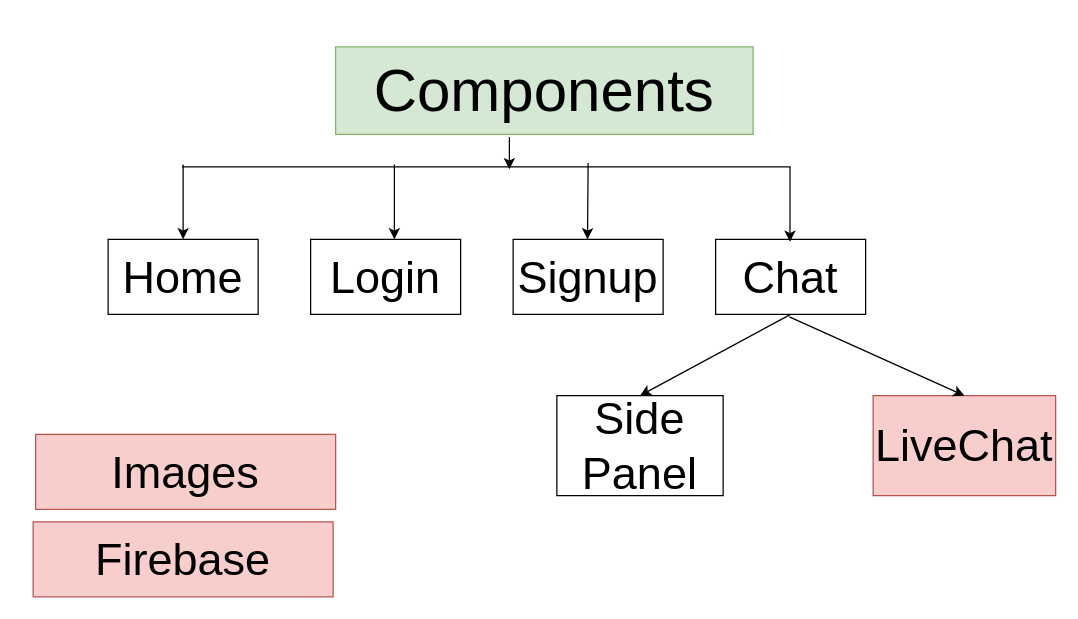
The draw.io diagram page "Page-4" (4 of 4) of Some Important Files/Untitled Diagram.drawio in TechCodingCamp/Muhammad-Haris, before the edit. Source tidied: cells renumbered, new cells numbered last; positions are measured from the earlier drawing's top-left corner, leaving out a move shared by most shapes. Both pictures are drawn from the tidied source at 125%, with x=0, y=0 at pixel (32, 46).
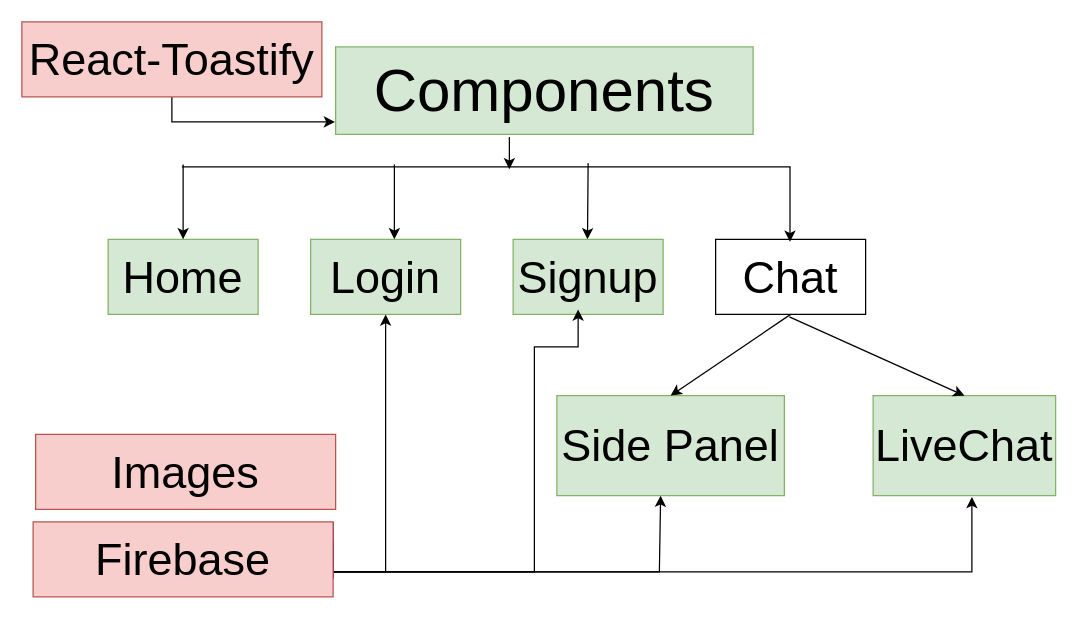
The same page after the edit.

Unchanged cells that the change refers to:
```xml
<mxCell id="18" value="&lt;span style=&quot;font-size: 36px&quot;&gt;Firebase&lt;/span&gt;" style="rounded=0;whiteSpace=wrap;html=1;fillColor=#f8cecc;strokeColor=#b85450;" parent="1" vertex="1">
  <mxGeometry y="380" width="240" height="60" as="geometry" />
</mxCell>
```

The edit, as a diff of the source:
```diff
@@
-    <mxCell id="2" value="&lt;font style=&quot;font-size: 36px&quot;&gt;Home&lt;/font&gt;" style="rounded=0;whiteSpace=wrap;html=1;" parent="1" vertex="1">
+    <mxCell id="2" value="&lt;font style=&quot;font-size: 36px&quot;&gt;Home&lt;/font&gt;" style="rounded=0;whiteSpace=wrap;html=1;fillColor=#d5e8d4;strokeColor=#82b366;" parent="1" vertex="1">
       <mxGeometry x="60" y="154" width="120" height="60" as="geometry" />
     </mxCell>
-    <mxCell id="3" value="&lt;font style=&quot;font-size: 36px&quot;&gt;Login&lt;/font&gt;" style="rounded=0;whiteSpace=wrap;html=1;" parent="1" vertex="1">
+    <mxCell id="3" value="&lt;font style=&quot;font-size: 36px&quot;&gt;Login&lt;/font&gt;" style="rounded=0;whiteSpace=wrap;html=1;fillColor=#d5e8d4;strokeColor=#82b366;" parent="1" vertex="1">
       <mxGeometry x="222" y="154" width="120" height="60" as="geometry" />
     </mxCell>
-    <mxCell id="4" value="&lt;font style=&quot;font-size: 36px&quot;&gt;Signup&lt;/font&gt;" style="rounded=0;whiteSpace=wrap;html=1;" parent="1" vertex="1">
+    <mxCell id="4" value="&lt;font style=&quot;font-size: 36px&quot;&gt;Signup&lt;/font&gt;" style="rounded=0;whiteSpace=wrap;html=1;fillColor=#d5e8d4;strokeColor=#82b366;" parent="1" vertex="1">
       <mxGeometry x="384" y="154" width="120" height="60" as="geometry" />
     </mxCell>
@@
-    <mxCell id="13" value="&lt;font style=&quot;font-size: 36px&quot;&gt;Side Panel&lt;/font&gt;" style="rounded=0;whiteSpace=wrap;html=1;" parent="1" vertex="1">
-      <mxGeometry x="419" y="279" width="133" height="80" as="geometry" />
+    <mxCell id="13" value="&lt;font style=&quot;font-size: 36px&quot;&gt;Side Panel&lt;/font&gt;" style="rounded=0;whiteSpace=wrap;html=1;fillColor=#d5e8d4;strokeColor=#82b366;" parent="1" vertex="1">
+      <mxGeometry x="419" y="279" width="182" height="80" as="geometry" />
     </mxCell>
-    <mxCell id="14" value="&lt;span style=&quot;font-size: 36px&quot;&gt;LiveChat&lt;/span&gt;" style="rounded=0;whiteSpace=wrap;html=1;fillColor=#f8cecc;strokeColor=#b85450;" parent="1" vertex="1">
+    <mxCell id="14" value="&lt;span style=&quot;font-size: 36px&quot;&gt;LiveChat&lt;/span&gt;" style="rounded=0;whiteSpace=wrap;html=1;fillColor=#d5e8d4;strokeColor=#82b366;" parent="1" vertex="1">
       <mxGeometry x="672" y="279" width="146" height="80" as="geometry" />
     </mxCell>
@@
+    <mxCell id="19" style="edgeStyle=orthogonalEdgeStyle;rounded=0;jettySize=auto;html=1;exitX=1;exitY=0.75;exitDx=0;exitDy=0;entryX=0.5;entryY=1;entryDx=0;entryDy=0;" parent="1" edge="1" source="18" target="3">
+      <mxGeometry relative="1" as="geometry">
+        <Array as="points">
+          <mxPoint x="240" y="420" />
+          <mxPoint x="282" y="420" />
+        </Array>
+      </mxGeometry>
+    </mxCell>
+    <mxCell id="20" style="edgeStyle=orthogonalEdgeStyle;rounded=0;jettySize=auto;html=1;exitX=1;exitY=0.25;exitDx=0;exitDy=0;" parent="1" edge="1" source="18">
+      <mxGeometry relative="1" as="geometry">
+        <mxPoint x="436" y="210" as="targetPoint" />
+        <Array as="points">
+          <mxPoint x="240" y="420" />
+          <mxPoint x="401" y="420" />
+          <mxPoint x="401" y="240" />
+          <mxPoint x="436" y="240" />
+        </Array>
+      </mxGeometry>
+    </mxCell>
+    <mxCell id="21" style="edgeStyle=orthogonalEdgeStyle;rounded=0;jettySize=auto;html=1;exitX=1;exitY=0;exitDx=0;exitDy=0;entryX=0.456;entryY=1;entryDx=0;entryDy=0;entryPerimeter=0;" parent="1" edge="1" source="18" target="13">
+      <mxGeometry relative="1" as="geometry">
+        <Array as="points">
+          <mxPoint x="240" y="420" />
+          <mxPoint x="501" y="420" />
+        </Array>
+      </mxGeometry>
+    </mxCell>
+    <mxCell id="22" style="edgeStyle=orthogonalEdgeStyle;rounded=0;jettySize=auto;html=1;exitX=1;exitY=0.75;exitDx=0;exitDy=0;" parent="1" edge="1" source="18">
+      <mxGeometry relative="1" as="geometry">
+        <mxPoint x="751" y="360" as="targetPoint" />
+        <Array as="points">
+          <mxPoint x="240" y="420" />
+          <mxPoint x="751" y="420" />
+        </Array>
+      </mxGeometry>
+    </mxCell>
@@
+    <mxCell id="23" style="edgeStyle=orthogonalEdgeStyle;rounded=0;jettySize=auto;html=1;exitX=0.5;exitY=1;exitDx=0;exitDy=0;" parent="1" edge="1" source="24">
+      <mxGeometry relative="1" as="geometry">
+        <mxPoint x="241" y="60" as="targetPoint" />
+      </mxGeometry>
+    </mxCell>
+    <mxCell id="24" value="&lt;span style=&quot;font-size: 36px&quot;&gt;React-Toastify&lt;/span&gt;" style="rounded=0;whiteSpace=wrap;html=1;fillColor=#f8cecc;strokeColor=#b85450;" parent="1" vertex="1">
+      <mxGeometry x="-9" y="-20" width="240" height="60" as="geometry" />
+    </mxCell>
```
